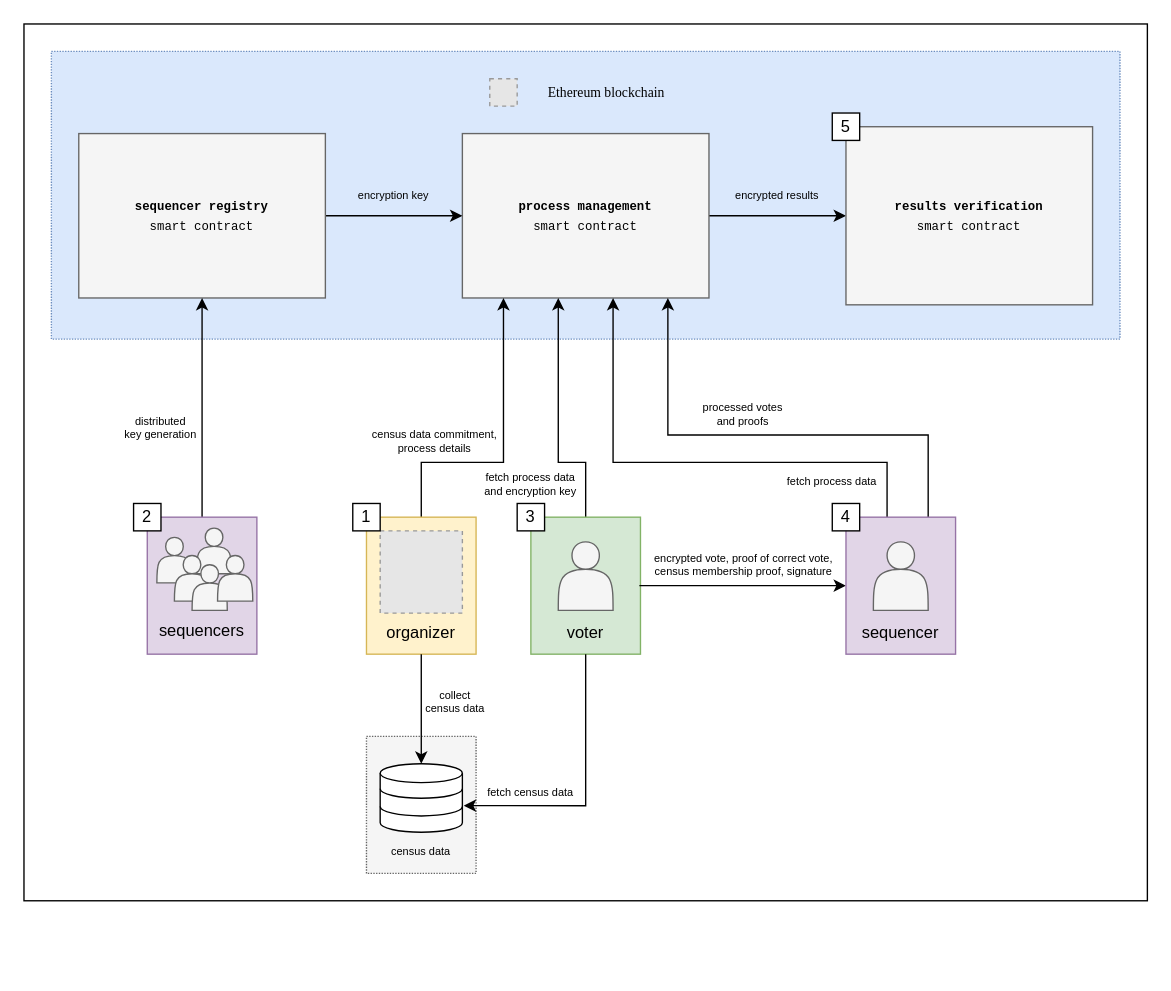
Above: page "protocol-flow" (1 of 2) of v2/figures/protocol-intuition-flow.drawio in vocdoni/davinci-paper (draw.io), before the change. Source tidied: cells renumbered, new cells numbered last; positions are measured from the earlier drawing's top-left corner, leaving out a move shared by most shapes. Both pictures are drawn from the tidied source at 137%, with x=0, y=0 at pixel (23, 23). Pictures stored in the file or linked from it are replaced by grey dashed boxes.
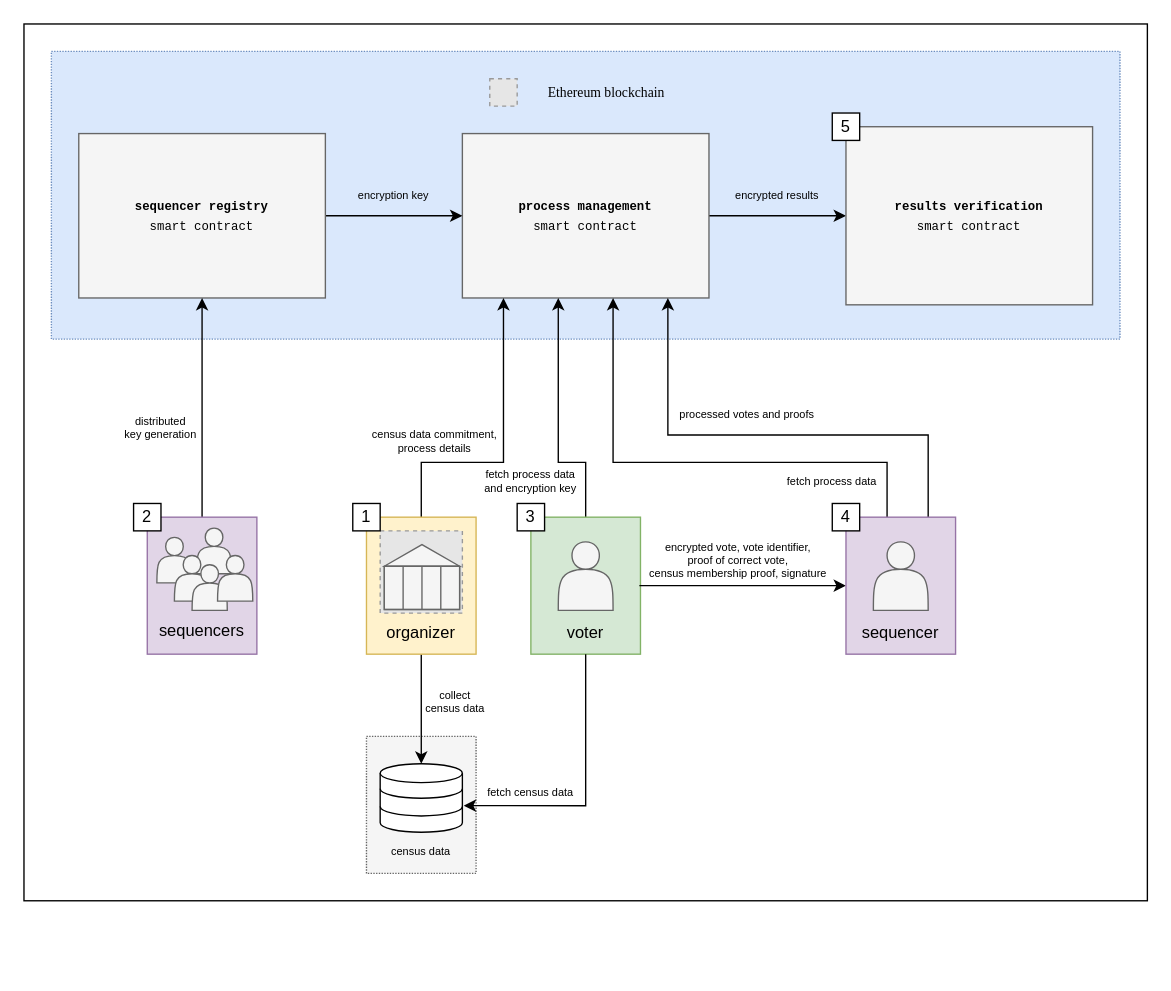
The same page after the edit.

Change to the diagram source:
```diff
@@
     <mxCell id="12" value="fetch process data and encryption key" style="text;html=1;align=center;verticalAlign=middle;whiteSpace=wrap;rounded=0;fontSize=8;" parent="1" vertex="1">
-      <mxGeometry x="330" y="321" width="80" height="30" as="geometry" />
+      <mxGeometry x="330" y="319" width="80" height="30" as="geometry" />
     </mxCell>
@@
-    <mxCell id="14" value="encrypted vote, proof of correct vote, census membership proof, signature" style="text;html=1;align=center;verticalAlign=middle;whiteSpace=wrap;rounded=0;fontSize=8;" parent="1" vertex="1">
-      <mxGeometry x="457.5" y="380" width="135" height="30" as="geometry" />
+    <mxCell id="14" value="encrypted vote, vote identifier,&lt;br&gt;proof of correct vote,&lt;br&gt;census membership proof, signature" style="text;html=1;align=center;verticalAlign=middle;whiteSpace=wrap;rounded=0;fontSize=8;" parent="1" vertex="1">
+      <mxGeometry x="453.5" y="377" width="135" height="30" as="geometry" />
     </mxCell>
@@
-    <mxCell id="29" style="group;" parent="1" vertex="1">
-      <mxGeometry x="240" y="350" width="90" height="110" as="geometry" />
-    </mxCell>
-    <mxCell id="30" style="group;" parent="29" vertex="1">
-      <mxGeometry x="10" y="10" width="80" height="100" as="geometry" />
-    </mxCell>
-    <mxCell id="31" style="group;fillColor=#fff2cc;strokeColor=#d6b656;" parent="30" vertex="1">
-      <mxGeometry width="80" height="100" as="geometry" />
-    </mxCell>
-    <mxCell id="32" style="fillColor=#E6E6E6;strokeColor=#999999;dashed=1;html=1;verticalAlign=top;verticalLabelPosition=bottom;labelBackgroundColor=#ffffff;" parent="30" vertex="1">
-      <mxGeometry x="10" y="10" width="60" height="60" as="geometry" />
-    </mxCell>
-    <mxCell id="33" value="organizer" style="text;html=1;align=center;verticalAlign=middle;whiteSpace=wrap;rounded=0;" parent="30" vertex="1">
-      <mxGeometry y="70" width="80" height="30" as="geometry" />
-    </mxCell>
-    <mxCell id="34" value="1" style="whiteSpace=wrap;html=1;" parent="29" vertex="1">
-      <mxGeometry width="20" height="20" as="geometry" />
-    </mxCell>
@@
     <mxCell id="55" value="processed votes and proofs" style="text;html=1;align=center;verticalAlign=middle;whiteSpace=wrap;rounded=0;fontSize=8;" parent="1" vertex="1">
-      <mxGeometry x="490" y="270" width="70" height="30" as="geometry" />
+      <mxGeometry x="473" y="270" width="110" height="30" as="geometry" />
     </mxCell>
@@
+    <mxCell id="30" style="group;" parent="1" vertex="1">
+      <mxGeometry x="250" y="360" width="80" height="100" as="geometry" />
+    </mxCell>
+    <mxCell id="31" style="group;fillColor=#fff2cc;strokeColor=#d6b656;" parent="30" vertex="1">
+      <mxGeometry width="80" height="100" as="geometry" />
+    </mxCell>
+    <mxCell id="33" value="organizer" style="text;html=1;align=center;verticalAlign=middle;whiteSpace=wrap;rounded=0;" parent="30" vertex="1">
+      <mxGeometry y="70" width="80" height="30" as="geometry" />
+    </mxCell>
+    <mxCell id="32" style="fillColor=#E6E6E6;strokeColor=#999999;dashed=1;html=1;verticalAlign=top;verticalLabelPosition=bottom;labelBackgroundColor=#ffffff;" parent="30" vertex="1">
+      <mxGeometry x="10" y="10" width="60" height="60" as="geometry" />
+    </mxCell>
+    <mxCell id="60" style="group;" parent="30" vertex="1">
+      <mxGeometry x="13" y="20" width="55" height="58" as="geometry" />
+    </mxCell>
+    <mxCell id="61" style="rounded=0;whiteSpace=wrap;html=1;fillColor=#F5F5F5;strokeColor=#818C80;" parent="60" vertex="1">
+      <mxGeometry y="15.8" width="55" height="31.6" as="geometry" />
+    </mxCell>
+    <mxCell id="62" style="verticalLabelPosition=bottom;verticalAlign=top;html=1;shape=mxgraph.basic.acute_triangle;dx=0.5;fillColor=#F5F5F5;strokeColor=#666666;" parent="60" vertex="1">
+      <mxGeometry width="55" height="15.8" as="geometry" />
+    </mxCell>
+    <mxCell id="63" style="swimlane;startSize=0;fillColor=#F5F5F5;strokeColor=#666666;" parent="60" vertex="1">
+      <mxGeometry y="15.8" width="55" height="31.6" as="geometry" />
+    </mxCell>
+    <mxCell id="64" style="endArrow=none;html=1;rounded=0;exitX=0.25;exitY=1;exitDx=0;exitDy=0;entryX=0.25;entryY=0;entryDx=0;entryDy=0;strokeColor=#666666;" parent="60" edge="1" source="63" target="63">
+      <mxGeometry relative="1" as="geometry" />
+    </mxCell>
+    <mxCell id="65" style="endArrow=none;html=1;rounded=0;exitX=0.5;exitY=1;exitDx=0;exitDy=0;entryX=0.5;entryY=1;entryDx=0;entryDy=0;entryPerimeter=0;strokeColor=#666666;" parent="60" edge="1" source="63" target="62">
+      <mxGeometry relative="1" as="geometry" />
+    </mxCell>
+    <mxCell id="66" style="endArrow=none;html=1;rounded=0;exitX=0.75;exitY=1;exitDx=0;exitDy=0;entryX=0.75;entryY=0;entryDx=0;entryDy=0;strokeColor=#666666;" parent="60" edge="1" source="63" target="63">
+      <mxGeometry relative="1" as="geometry" />
+    </mxCell>
+    <mxCell id="34" value="1" style="whiteSpace=wrap;html=1;" parent="1" vertex="1">
+      <mxGeometry x="240" y="350" width="20" height="20" as="geometry" />
+    </mxCell>
```
